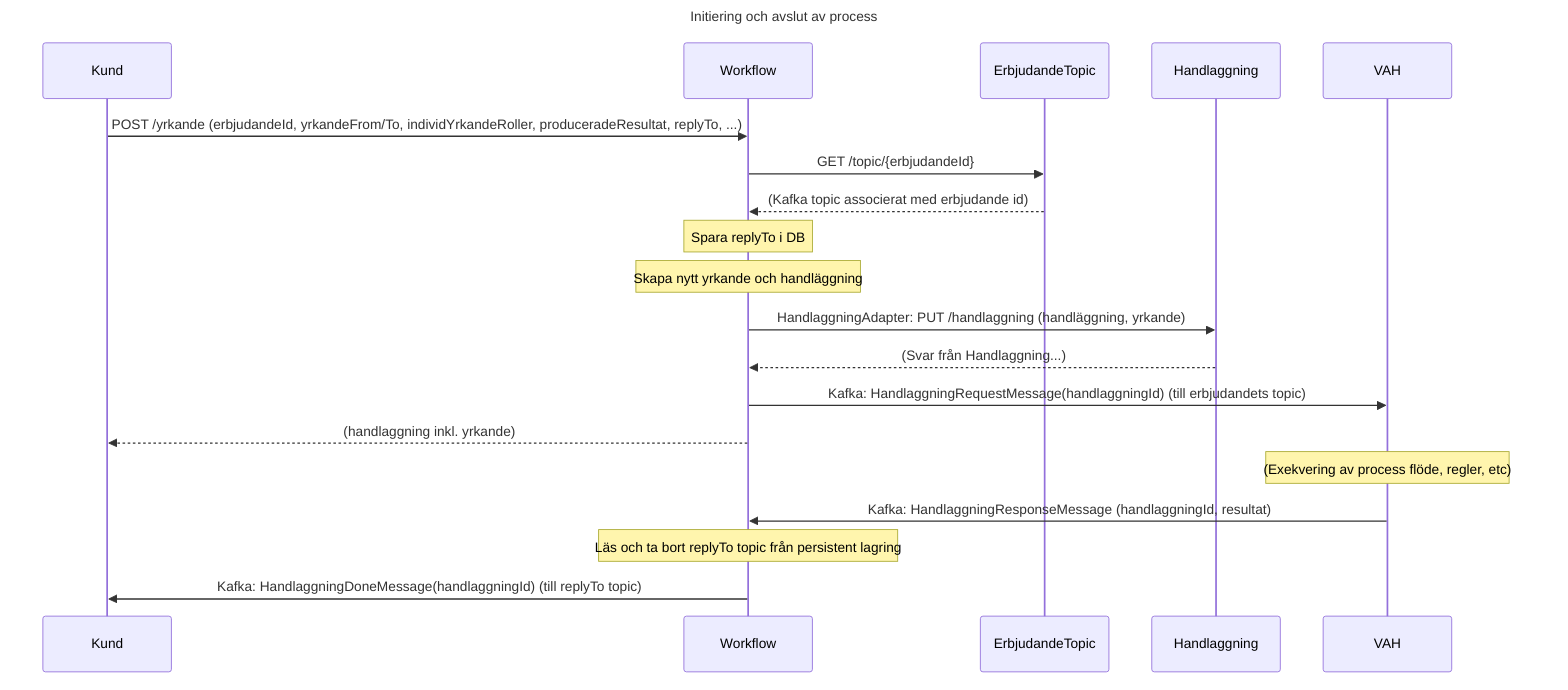
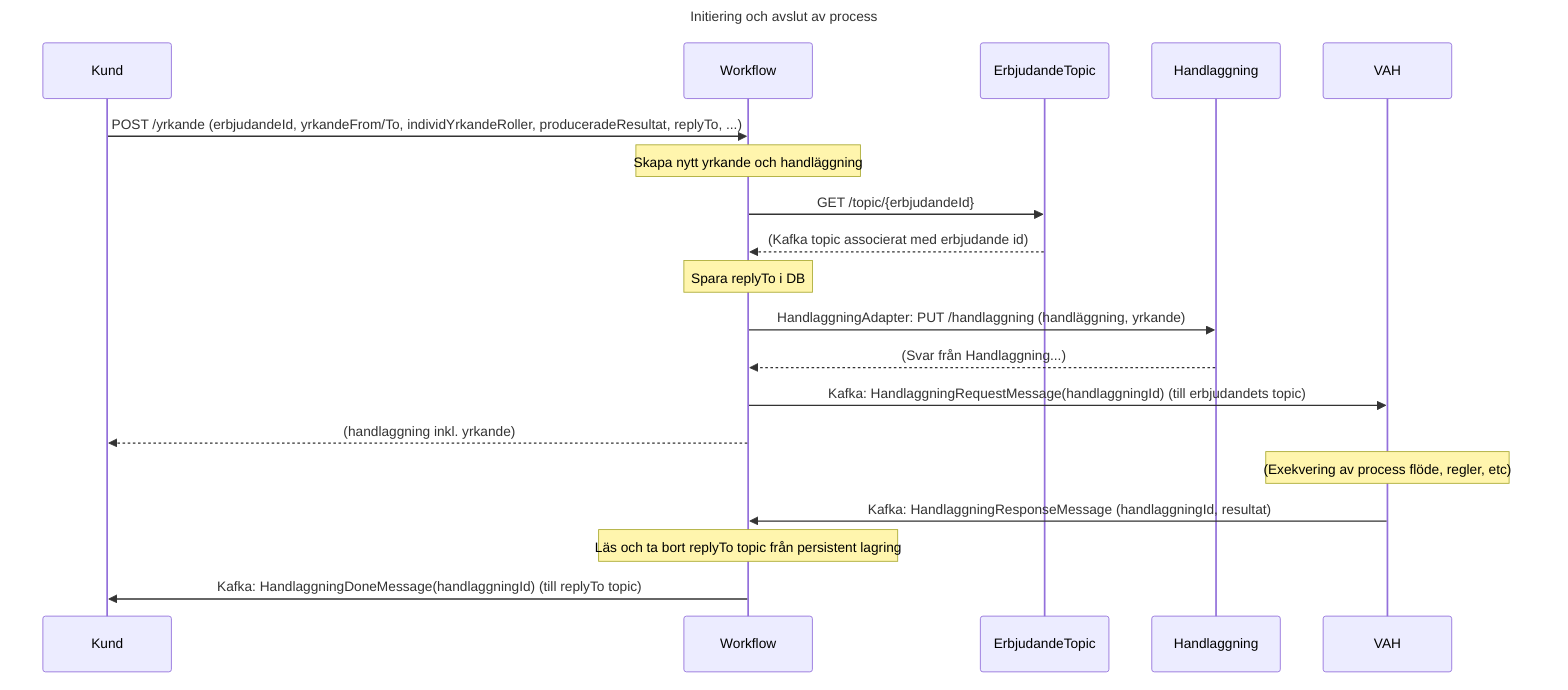
sequenceDiagram
    title Initiering och avslut av process
    participant Kund
    participant Workflow
    participant ErbjudandeTopic
    participant Handlaggning
    participant VAH
    Kund ->> Workflow: POST /yrkande (erbjudandeId, yrkandeFrom/To, individYrkandeRoller, produceradeResultat, replyTo, ...)
+     note over Workflow: Skapa nytt yrkande och handläggning
    Workflow ->> ErbjudandeTopic: GET /topic/{erbjudandeId}
    ErbjudandeTopic -->> Workflow: (Kafka topic associerat med erbjudande id)
    note over Workflow: Spara replyTo i DB
-     note over Workflow: Skapa nytt yrkande och handläggning
    Workflow ->> Handlaggning: HandlaggningAdapter: PUT /handlaggning (handläggning, yrkande)
    Handlaggning -->> Workflow: (Svar från Handlaggning...)
    Workflow ->> VAH: Kafka: HandlaggningRequestMessage(handlaggningId) (till erbjudandets topic)
    Workflow -->> Kund: (handlaggning inkl. yrkande)
    note over VAH: (Exekvering av process flöde, regler, etc)
    VAH ->> Workflow: Kafka: HandlaggningResponseMessage (handlaggningId, resultat)
    note over Workflow: Läs och ta bort replyTo topic från persistent lagring
    Workflow ->> Kund: Kafka: HandlaggningDoneMessage(handlaggningId) (till replyTo topic)
